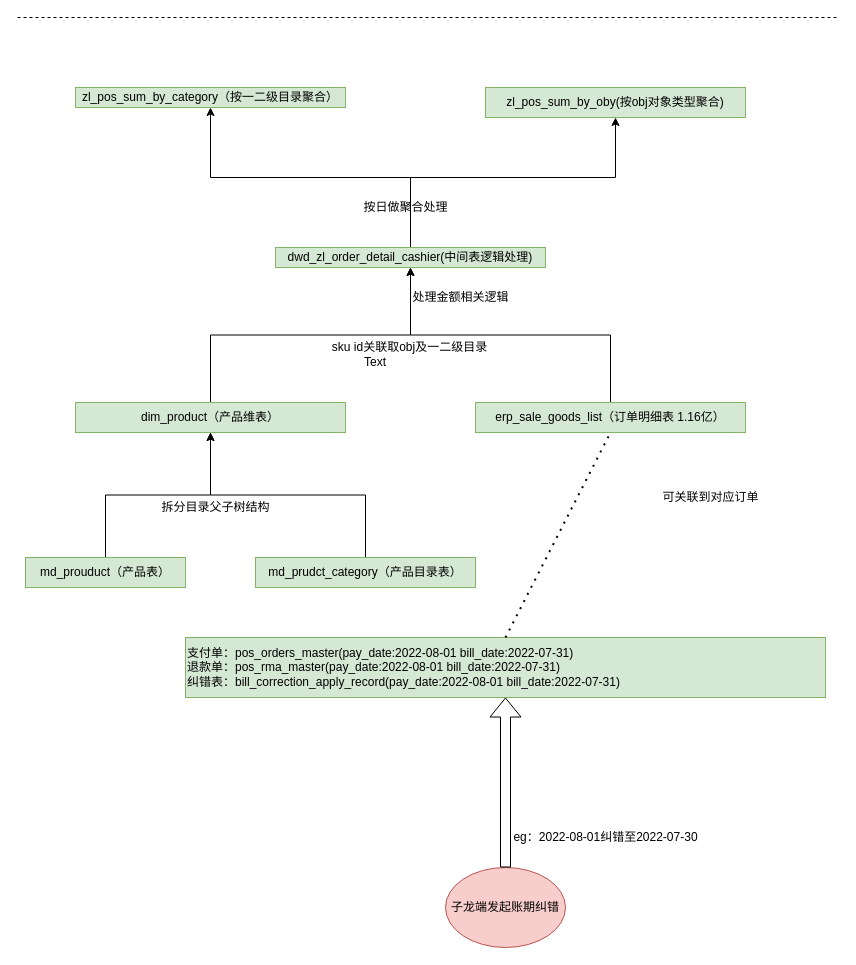
jchen811/draw keeps this draw.io diagram as 日营收汇总取值逻辑.drawio. Above is the earlier version. Source tidied: cells renumbered, new cells numbered last; positions are measured from the earlier drawing's top-left corner, leaving out a move shared by most shapes. Both pictures are drawn from the tidied source at 100%, with x=0, y=0 at pixel (17, 17).
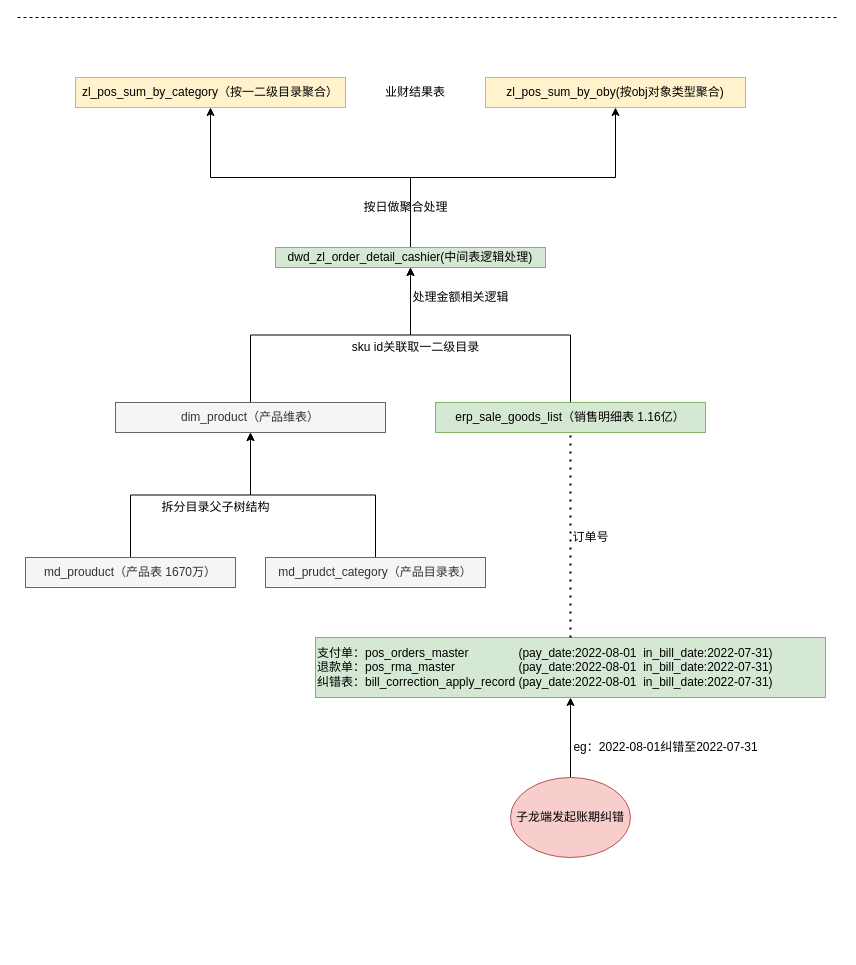
The same diagram, later.

Commit message (it also covers changes not shown here):
更新日营收汇总取值逻辑.drawio

Diff of the diagram source:
```diff
@@
-    <mxCell id="3" value="dim_product（产品维表）" style="rounded=0;whiteSpace=wrap;html=1;fillColor=#d5e8d4;strokeColor=#82b366;" parent="1" vertex="1">
-      <mxGeometry x="58" y="385" width="270" height="30" as="geometry" />
+    <mxCell id="3" value="dim_product（产品维表）" style="rounded=0;whiteSpace=wrap;html=1;fillColor=#f5f5f5;strokeColor=#666666;fontColor=#333333;" parent="1" vertex="1">
+      <mxGeometry x="98" y="385" width="270" height="30" as="geometry" />
     </mxCell>
@@
-    <mxCell id="8" value="erp_sale_goods_list（订单明细表 1.16亿）" style="rounded=0;whiteSpace=wrap;html=1;fillColor=#d5e8d4;strokeColor=#82b366;" parent="1" vertex="1">
-      <mxGeometry x="458" y="385" width="270" height="30" as="geometry" />
+    <mxCell id="8" value="erp_sale_goods_list（销售明细表 1.16亿）" style="rounded=0;whiteSpace=wrap;html=1;fillColor=#d5e8d4;strokeColor=#82b366;" parent="1" vertex="1">
+      <mxGeometry x="418" y="385" width="270" height="30" as="geometry" />
     </mxCell>
-    <mxCell id="9" value="zl_pos_sum_by_category（按一二级目录聚合）" style="rounded=0;whiteSpace=wrap;html=1;fillColor=#d5e8d4;strokeColor=#82b366;" parent="1" vertex="1">
-      <mxGeometry x="58" y="70" width="270" height="20" as="geometry" />
+    <mxCell id="9" value="zl_pos_sum_by_category（按一二级目录聚合）" style="rounded=0;whiteSpace=wrap;html=1;fillColor=#fff2cc;strokeColor=#d6b656;" parent="1" vertex="1">
+      <mxGeometry x="58" y="60" width="270" height="30" as="geometry" />
     </mxCell>
-    <mxCell id="10" value="zl_pos_sum_by_oby(按obj对象类型聚合)" style="rounded=0;whiteSpace=wrap;html=1;fillColor=#d5e8d4;strokeColor=#82b366;" parent="1" vertex="1">
-      <mxGeometry x="468" y="70" width="260" height="30" as="geometry" />
+    <mxCell id="10" value="zl_pos_sum_by_oby(按obj对象类型聚合)" style="rounded=0;whiteSpace=wrap;html=1;fillColor=#fff2cc;strokeColor=#d6b656;" parent="1" vertex="1">
+      <mxGeometry x="468" y="60" width="260" height="30" as="geometry" />
     </mxCell>
-    <mxCell id="11" value="sku id关联取obj及一二级目录" style="text;html=1;align=center;verticalAlign=middle;strokeColor=none;fillColor=none;" parent="1" vertex="1">
-      <mxGeometry x="307" y="320" width="170" height="20" as="geometry" />
+    <mxCell id="11" value="sku id关联取一二级目录" style="text;html=1;align=center;verticalAlign=middle;strokeColor=none;fillColor=none;" parent="1" vertex="1">
+      <mxGeometry x="328" y="320" width="140" height="20" as="geometry" />
     </mxCell>
@@
-    <mxCell id="13" value="md_prouduct（产品表）" style="rounded=0;whiteSpace=wrap;html=1;fillColor=#d5e8d4;strokeColor=#82b366;" parent="1" vertex="1">
-      <mxGeometry x="8" y="540" width="160" height="30" as="geometry" />
+    <mxCell id="13" value="md_prouduct（产品表 1670万）" style="rounded=0;whiteSpace=wrap;html=1;fillColor=#f5f5f5;strokeColor=#666666;fontColor=#333333;" parent="1" vertex="1">
+      <mxGeometry x="8" y="540" width="210" height="30" as="geometry" />
     </mxCell>
@@
-    <mxCell id="15" value="md_prudct_category（产品目录表）" style="rounded=0;whiteSpace=wrap;html=1;fillColor=#d5e8d4;strokeColor=#82b366;" parent="1" vertex="1">
-      <mxGeometry x="238" y="540" width="220" height="30" as="geometry" />
+    <mxCell id="15" value="md_prudct_category（产品目录表）" style="rounded=0;whiteSpace=wrap;html=1;fillColor=#f5f5f5;strokeColor=#666666;fontColor=#333333;" parent="1" vertex="1">
+      <mxGeometry x="248" y="540" width="220" height="30" as="geometry" />
     </mxCell>
@@
-    <mxCell id="17" value="Text" style="text;html=1;strokeColor=none;fillColor=none;align=center;verticalAlign=middle;whiteSpace=wrap;rounded=0;" parent="1" vertex="1">
-      <mxGeometry x="328" y="330" width="60" height="30" as="geometry" />
-    </mxCell>
@@
-    <mxCell id="20" value="支付单：pos_orders_master(pay_date:2022-08-01 bill_date:2022-07-31)&lt;br&gt;退款单：pos_rma_master(pay_date:2022-08-01 bill_date:2022-07-31)&lt;br&gt;纠错表：bill_correction_apply_record(pay_date:2022-08-01 bill_date:2022-07-31)" style="rounded=0;whiteSpace=wrap;html=1;fillColor=#d5e8d4;strokeColor=#82b366;align=left;" parent="1" vertex="1">
-      <mxGeometry x="168" y="620" width="640" height="60" as="geometry" />
+    <mxCell id="20" value="支付单：pos_orders_master&amp;nbsp; &amp;nbsp; &amp;nbsp; &amp;nbsp; &amp;nbsp; &amp;nbsp; &amp;nbsp; &amp;nbsp;(pay_date:2022-08-01&amp;nbsp; in_bill_date:2022-07-31)&lt;br&gt;退款单：pos_rma_master&amp;nbsp; &amp;nbsp; &amp;nbsp; &amp;nbsp; &amp;nbsp; &amp;nbsp; &amp;nbsp; &amp;nbsp; &amp;nbsp; &amp;nbsp;(pay_date:2022-08-01&amp;nbsp; in_bill_date:2022-07-31)&lt;br&gt;纠错表：bill_correction_apply_record (pay_date:2022-08-01&amp;nbsp; in_bill_date:2022-07-31)" style="rounded=0;whiteSpace=wrap;html=1;fillColor=#d5e8d4;strokeColor=#82b366;align=left;" parent="1" vertex="1">
+      <mxGeometry x="298" y="620" width="510" height="60" as="geometry" />
     </mxCell>
+    <mxCell id="22" style="edgeStyle=orthogonalEdgeStyle;rounded=0;jettySize=auto;html=1;entryX=0.5;entryY=1;entryDx=0;entryDy=0;" parent="1" edge="1" source="21" target="20">
+      <mxGeometry relative="1" as="geometry" />
+    </mxCell>
     <mxCell id="21" value="子龙端发起账期纠错" style="ellipse;whiteSpace=wrap;html=1;fillColor=#f8cecc;strokeColor=#b85450;" parent="1" vertex="1">
-      <mxGeometry x="428" y="850" width="120" height="80" as="geometry" />
+      <mxGeometry x="493" y="760" width="120" height="80" as="geometry" />
     </mxCell>
-    <mxCell id="22" style="shape=flexArrow;endArrow=classic;html=1;rounded=0;exitX=0.5;exitY=0;exitDx=0;exitDy=0;entryX=0.5;entryY=1;entryDx=0;entryDy=0;" parent="1" edge="1" source="21" target="20">
-      <mxGeometry relative="1" as="geometry" />
-    </mxCell>
@@
-    <mxCell id="24" value="可关联到对应订单" style="text;html=1;align=center;verticalAlign=middle;strokeColor=none;fillColor=none;" parent="1" vertex="1">
-      <mxGeometry x="638" y="470" width="110" height="20" as="geometry" />
+    <mxCell id="24" value="订单号" style="text;html=1;align=center;verticalAlign=middle;strokeColor=none;fillColor=none;" parent="1" vertex="1">
+      <mxGeometry x="548" y="510" width="50" height="20" as="geometry" />
     </mxCell>
-    <mxCell id="25" value="eg：2022-08-01纠错至2022-07-30" style="text;html=1;align=center;verticalAlign=middle;strokeColor=none;fillColor=none;" parent="1" vertex="1">
-      <mxGeometry x="488" y="810" width="200" height="20" as="geometry" />
+    <mxCell id="25" value="eg：2022-08-01纠错至2022-07-31" style="text;html=1;align=center;verticalAlign=middle;strokeColor=none;fillColor=none;" parent="1" vertex="1">
+      <mxGeometry x="548" y="720" width="200" height="20" as="geometry" />
     </mxCell>
@@
+    <mxCell id="27" value="业财结果表" style="text;html=1;strokeColor=none;fillColor=none;align=center;verticalAlign=middle;whiteSpace=wrap;rounded=0;" parent="1" vertex="1">
+      <mxGeometry x="355" y="60" width="86" height="30" as="geometry" />
+    </mxCell>
```
